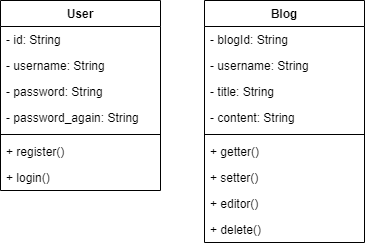
Above: class.drawio.png in kittymimi/myspring (draw.io), before the change. Source tidied: cells renumbered, new cells last; positions are measured from the earlier drawing's top-left corner, leaving out a move shared by most shapes.
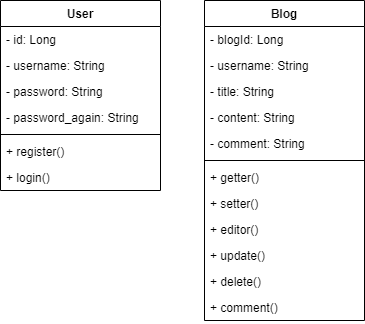
The same diagram one commit later.

Change to the diagram source:
```diff
@@ -5,7 +5,7 @@
     <mxCell id="2" value="User" style="swimlane;fontStyle=1;align=center;verticalAlign=top;horizontal=1;startSize=26;" parent="1" vertex="1">
       <mxGeometry width="160" height="190" as="geometry" />
     </mxCell>
-    <mxCell id="3" value="- id: String" style="text;strokeColor=none;fillColor=none;align=left;verticalAlign=top;spacingLeft=4;spacingRight=4;overflow=hidden;" parent="2" vertex="1">
+    <mxCell id="3" value="- id: Long" style="text;strokeColor=none;fillColor=none;align=left;verticalAlign=top;spacingLeft=4;spacingRight=4;overflow=hidden;" parent="2" vertex="1">
       <mxGeometry y="26" width="160" height="26" as="geometry" />
     </mxCell>
     <mxCell id="4" value="- username: String" style="text;strokeColor=none;fillColor=none;align=left;verticalAlign=top;spacingLeft=4;spacingRight=4;overflow=hidden;" parent="2" vertex="1">
@@ -27,9 +27,9 @@
       <mxGeometry y="164" width="160" height="26" as="geometry" />
     </mxCell>
     <mxCell id="10" value="Blog" style="swimlane;fontStyle=1;align=center;verticalAlign=top;horizontal=1;startSize=26;" parent="1" vertex="1">
-      <mxGeometry x="204" width="160" height="242" as="geometry" />
+      <mxGeometry x="204" width="160" height="320" as="geometry" />
     </mxCell>
-    <mxCell id="11" value="- blogId: String " style="text;strokeColor=none;fillColor=none;align=left;verticalAlign=top;spacingLeft=4;spacingRight=4;overflow=hidden;" parent="10" vertex="1">
+    <mxCell id="11" value="- blogId: Long" style="text;strokeColor=none;fillColor=none;align=left;verticalAlign=top;spacingLeft=4;spacingRight=4;overflow=hidden;" parent="10" vertex="1">
       <mxGeometry y="26" width="160" height="26" as="geometry" />
     </mxCell>
     <mxCell id="12" value="- username: String" style="text;strokeColor=none;fillColor=none;align=left;verticalAlign=top;spacingLeft=4;spacingRight=4;overflow=hidden;" parent="10" vertex="1">
@@ -41,20 +41,29 @@
     <mxCell id="14" value="- content: String " style="text;strokeColor=none;fillColor=none;align=left;verticalAlign=top;spacingLeft=4;spacingRight=4;overflow=hidden;" parent="10" vertex="1">
       <mxGeometry y="104" width="160" height="26" as="geometry" />
     </mxCell>
+    <mxCell id="20" value="- comment: String " style="text;strokeColor=none;fillColor=none;align=left;verticalAlign=top;spacingLeft=4;spacingRight=4;overflow=hidden;" parent="10" vertex="1">
+      <mxGeometry y="130" width="160" height="26" as="geometry" />
+    </mxCell>
     <mxCell id="15" style="line;strokeWidth=1;fillColor=none;align=left;verticalAlign=middle;spacingTop=-1;spacingLeft=3;spacingRight=3;labelPosition=right;" parent="10" vertex="1">
-      <mxGeometry y="130" width="160" height="8" as="geometry" />
+      <mxGeometry y="156" width="160" height="8" as="geometry" />
     </mxCell>
     <mxCell id="16" value="+ getter()" style="text;strokeColor=none;fillColor=none;align=left;verticalAlign=top;spacingLeft=4;spacingRight=4;overflow=hidden;" parent="10" vertex="1">
-      <mxGeometry y="138" width="160" height="26" as="geometry" />
+      <mxGeometry y="164" width="160" height="26" as="geometry" />
     </mxCell>
     <mxCell id="17" value="+ setter()" style="text;strokeColor=none;fillColor=none;align=left;verticalAlign=top;spacingLeft=4;spacingRight=4;overflow=hidden;" parent="10" vertex="1">
-      <mxGeometry y="164" width="160" height="26" as="geometry" />
+      <mxGeometry y="190" width="160" height="26" as="geometry" />
     </mxCell>
     <mxCell id="18" value="+ editor()" style="text;strokeColor=none;fillColor=none;align=left;verticalAlign=top;spacingLeft=4;spacingRight=4;overflow=hidden;" parent="10" vertex="1">
-      <mxGeometry y="190" width="160" height="26" as="geometry" />
+      <mxGeometry y="216" width="160" height="26" as="geometry" />
     </mxCell>
-    <mxCell id="19" value="+ delete()" style="text;strokeColor=none;fillColor=none;align=left;verticalAlign=top;spacingLeft=4;spacingRight=4;overflow=hidden;" parent="10" vertex="1">
-      <mxGeometry y="216" width="160" height="26" as="geometry" />
+    <mxCell id="19" value="+ update()" style="text;strokeColor=none;fillColor=none;align=left;verticalAlign=top;spacingLeft=4;spacingRight=4;overflow=hidden;" parent="10" vertex="1">
+      <mxGeometry y="242" width="160" height="26" as="geometry" />
     </mxCell>
+    <mxCell id="21" value="+ delete()" style="text;strokeColor=none;fillColor=none;align=left;verticalAlign=top;spacingLeft=4;spacingRight=4;overflow=hidden;" parent="10" vertex="1">
+      <mxGeometry y="268" width="160" height="26" as="geometry" />
+    </mxCell>
+    <mxCell id="22" value="+ comment()" style="text;strokeColor=none;fillColor=none;align=left;verticalAlign=top;spacingLeft=4;spacingRight=4;overflow=hidden;" parent="10" vertex="1">
+      <mxGeometry y="294" width="160" height="26" as="geometry" />
+    </mxCell>
   </root>
 </mxGraphModel>
```
